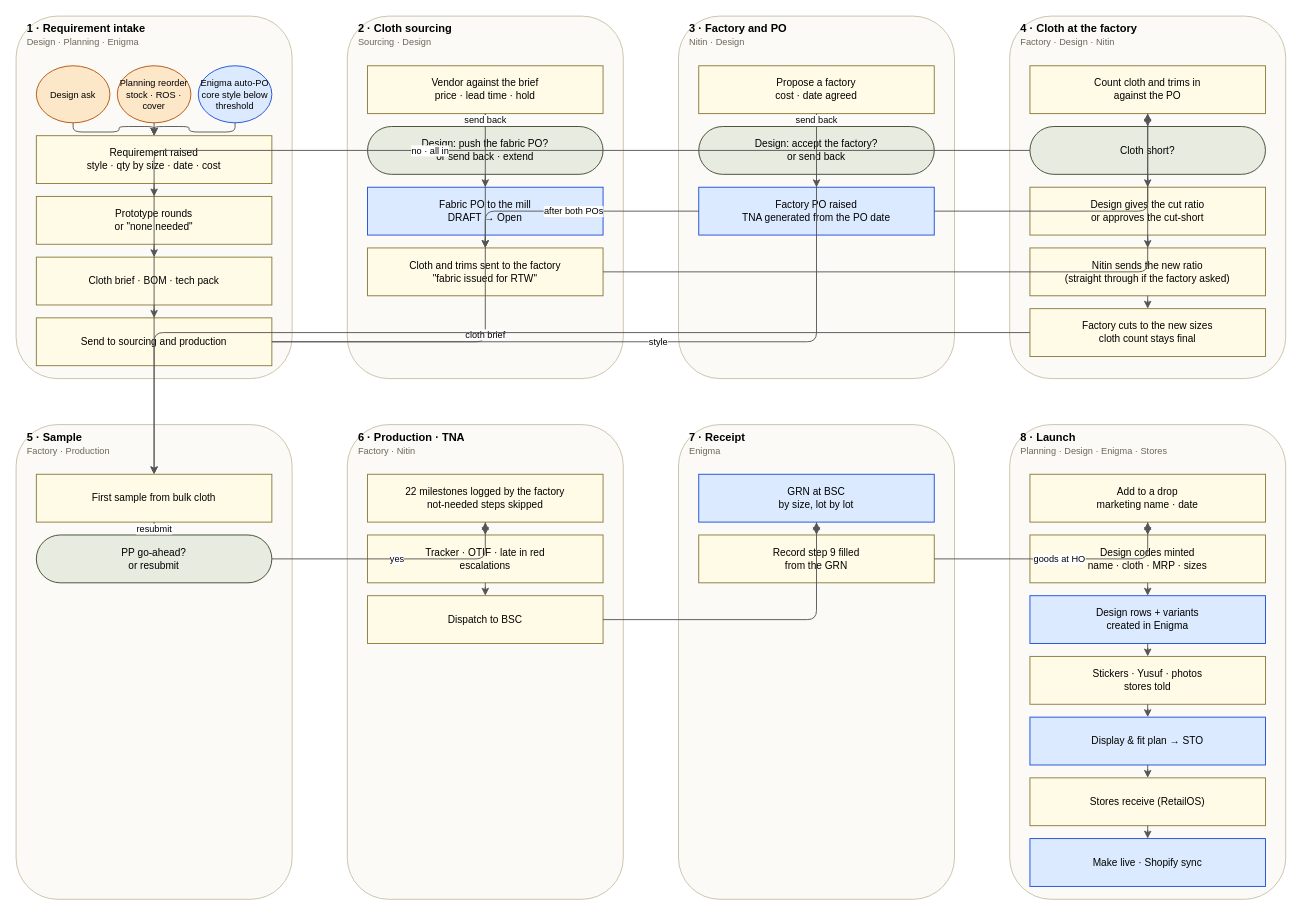
Above: public/docs/bsc-plm-rtw-modules.drawio in riddhimanghosh-ai/plm (draw.io), before the change. Source tidied: cells renumbered, new cells numbered last; positions are measured from the earlier drawing's top-left corner, leaving out a move shared by most shapes. Both pictures are drawn from the tidied source at 92%, with x=0, y=0 at pixel (16, 16).
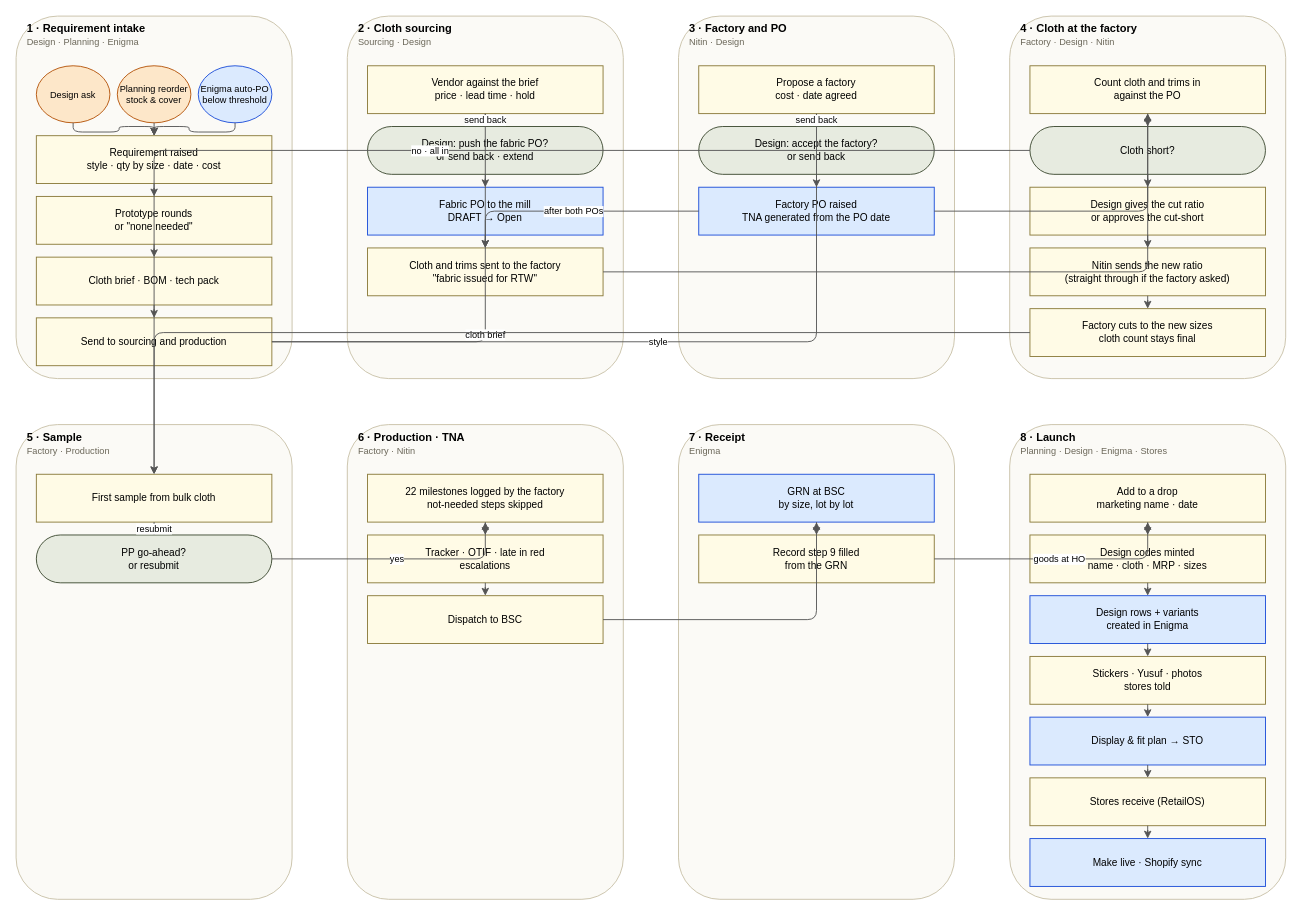
The same diagram, later.

Commit message (it also covers changes not shown here):
RTW diagrams as PNG (2x), start ovals tidied

The edit, as a diff of the source:
```diff
@@
-    <mxCell id="11" value="Planning reorder&lt;br&gt;stock · ROS · cover" style="ellipse;whiteSpace=wrap;html=1;fillColor=#fde7c9;strokeColor=#b45309;fontSize=10;" parent="1" vertex="1">
+    <mxCell id="11" value="Planning reorder&lt;br&gt;stock &amp; cover" style="ellipse;whiteSpace=wrap;html=1;fillColor=#fde7c9;strokeColor=#b45309;fontSize=10;" parent="1" vertex="1">
       <mxGeometry x="110" y="54" width="80" height="62" as="geometry" />
     </mxCell>
-    <mxCell id="12" value="Enigma auto-PO&lt;br&gt;core style below threshold" style="ellipse;whiteSpace=wrap;html=1;fillColor=#dbeafe;strokeColor=#1d4ed8;fontSize=10;" parent="1" vertex="1">
+    <mxCell id="12" value="Enigma auto-PO&lt;br&gt;below threshold" style="ellipse;whiteSpace=wrap;html=1;fillColor=#dbeafe;strokeColor=#1d4ed8;fontSize=10;" parent="1" vertex="1">
       <mxGeometry x="198" y="54" width="80" height="62" as="geometry" />
     </mxCell>
```
